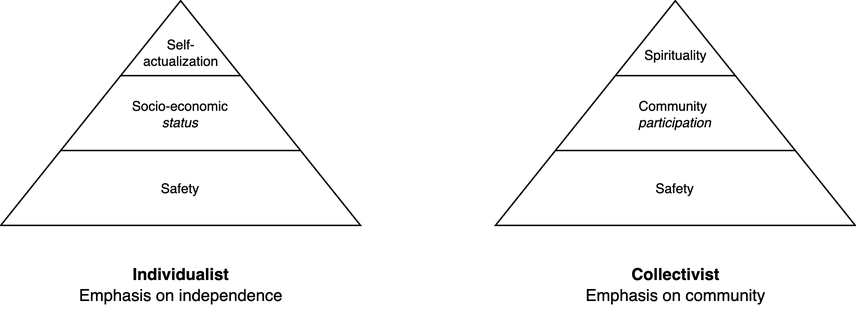
Earlier version of the draw.io export img/desire.png (voschezang/coding-handbook). Source tidied: cells renumbered, new cells last; positions are measured from the earlier drawing's top-left corner, leaving out a move shared by most shapes.
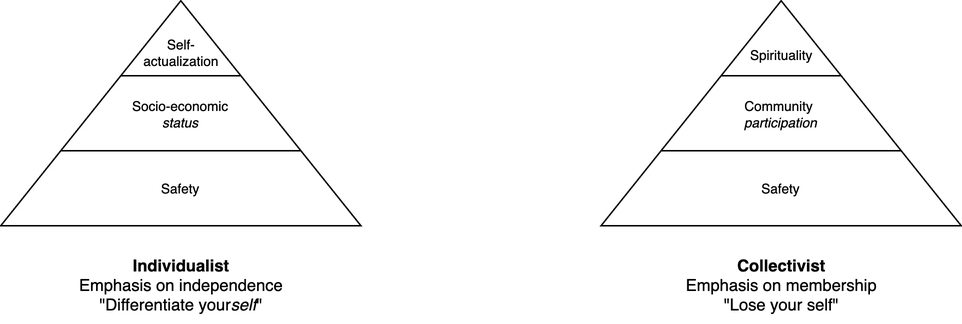
Above is the later version.

What changed in the source:
```diff
@@ -15,22 +15,22 @@
       <mxGeometry x="85" y="14" width="70" height="40" as="geometry" />
     </mxCell>
     <mxCell id="6" value="&lt;span style=&quot;text-wrap: nowrap;&quot;&gt;&lt;font style=&quot;font-size: 9px;&quot;&gt;Safety&lt;/font&gt;&lt;/span&gt;" style="shape=trapezoid;perimeter=trapezoidPerimeter;whiteSpace=wrap;html=1;fixedSize=1;size=40;" parent="1" vertex="1">
-      <mxGeometry x="330" y="100" width="240" height="50" as="geometry" />
+      <mxGeometry x="400" y="100" width="240" height="50" as="geometry" />
     </mxCell>
     <mxCell id="7" value="&lt;span style=&quot;text-wrap: nowrap; font-size: 9px;&quot;&gt;&lt;font style=&quot;font-size: 9px;&quot;&gt;Community&amp;nbsp;&lt;/font&gt;&lt;/span&gt;&lt;div style=&quot;font-size: 9px;&quot;&gt;&lt;span style=&quot;text-wrap: nowrap;&quot;&gt;&lt;font style=&quot;font-size: 9px;&quot;&gt;&lt;i style=&quot;&quot;&gt;participation&lt;/i&gt;&lt;/font&gt;&lt;/span&gt;&lt;br&gt;&lt;/div&gt;" style="shape=trapezoid;perimeter=trapezoidPerimeter;whiteSpace=wrap;html=1;fixedSize=1;size=40;" parent="1" vertex="1">
-      <mxGeometry x="370" y="50" width="160" height="50" as="geometry" />
+      <mxGeometry x="440" y="50" width="160" height="50" as="geometry" />
     </mxCell>
     <mxCell id="8" style="shape=trapezoid;perimeter=trapezoidPerimeter;whiteSpace=wrap;html=1;fixedSize=1;size=40;" parent="1" vertex="1">
-      <mxGeometry x="410" width="80" height="50" as="geometry" />
+      <mxGeometry x="480" width="80" height="50" as="geometry" />
     </mxCell>
     <mxCell id="9" value="&lt;font style=&quot;font-size: 9px;&quot;&gt;Spirituality&lt;/font&gt;" style="text;html=1;align=center;verticalAlign=middle;strokeColor=none;fillColor=none;" parent="1" vertex="1">
-      <mxGeometry x="415" y="21" width="70" height="30" as="geometry" />
+      <mxGeometry x="485" y="21" width="70" height="30" as="geometry" />
     </mxCell>
-    <mxCell id="10" value="&lt;div style=&quot;font-size: 11px;&quot;&gt;&lt;b style=&quot;font-size: 11px;&quot;&gt;Individualist&lt;/b&gt;&lt;/div&gt;Emphasis on independence" style="text;html=1;align=center;verticalAlign=middle;strokeColor=none;fillColor=none;fontSize=11;" parent="1" vertex="1">
-      <mxGeometry x="40" y="170" width="160" height="40" as="geometry" />
+    <mxCell id="10" value="&lt;div style=&quot;font-size: 11px;&quot;&gt;&lt;b style=&quot;font-size: 11px;&quot;&gt;Individualist&lt;/b&gt;&lt;/div&gt;Emphasis on independence&lt;div&gt;&quot;Differentiate your&lt;i&gt;self&lt;/i&gt;&quot;&lt;/div&gt;" style="text;html=1;align=center;verticalAlign=middle;strokeColor=none;fillColor=none;fontSize=11;" parent="1" vertex="1">
+      <mxGeometry x="40" y="165" width="160" height="50" as="geometry" />
     </mxCell>
-    <mxCell id="11" value="&lt;div style=&quot;font-size: 11px;&quot;&gt;&lt;b style=&quot;font-size: 11px;&quot;&gt;Collectivist&lt;/b&gt;&lt;/div&gt;Emphasis on community" style="text;html=1;align=center;verticalAlign=middle;strokeColor=none;fillColor=none;fontSize=11;" parent="1" vertex="1">
-      <mxGeometry x="380" y="170" width="140" height="40" as="geometry" />
+    <mxCell id="11" value="&lt;div style=&quot;font-size: 11px;&quot;&gt;&lt;b style=&quot;font-size: 11px;&quot;&gt;Collectivist&lt;/b&gt;&lt;/div&gt;Emphasis on membership&lt;div&gt;&quot;Lose your self&quot;&lt;/div&gt;" style="text;html=1;align=center;verticalAlign=middle;strokeColor=none;fillColor=none;fontSize=11;" parent="1" vertex="1">
+      <mxGeometry x="445" y="165" width="150" height="50" as="geometry" />
     </mxCell>
   </root>
 </mxGraphModel>
```
